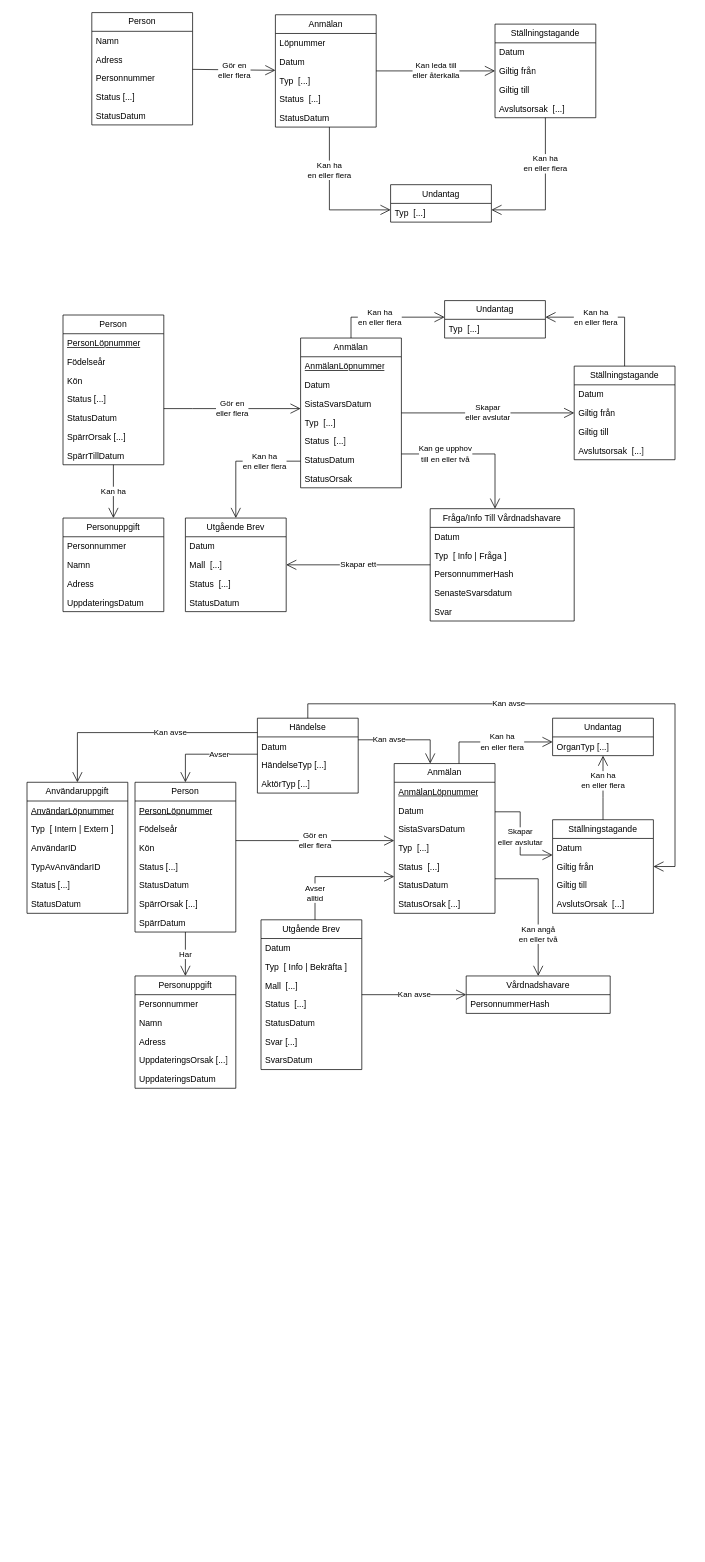
This is page "Konceptuella modeller" (7 of 9) of Donationsregister.drawio from bhagqvist-consid/ICD11, a draw.io file, before an edit. Source tidied: cells renumbered, new cells numbered last; positions are measured from the earlier drawing's top-left corner, leaving out a move shared by most shapes. Both pictures are drawn from the tidied source at 72%, with x=0, y=0 at pixel (27, 12).
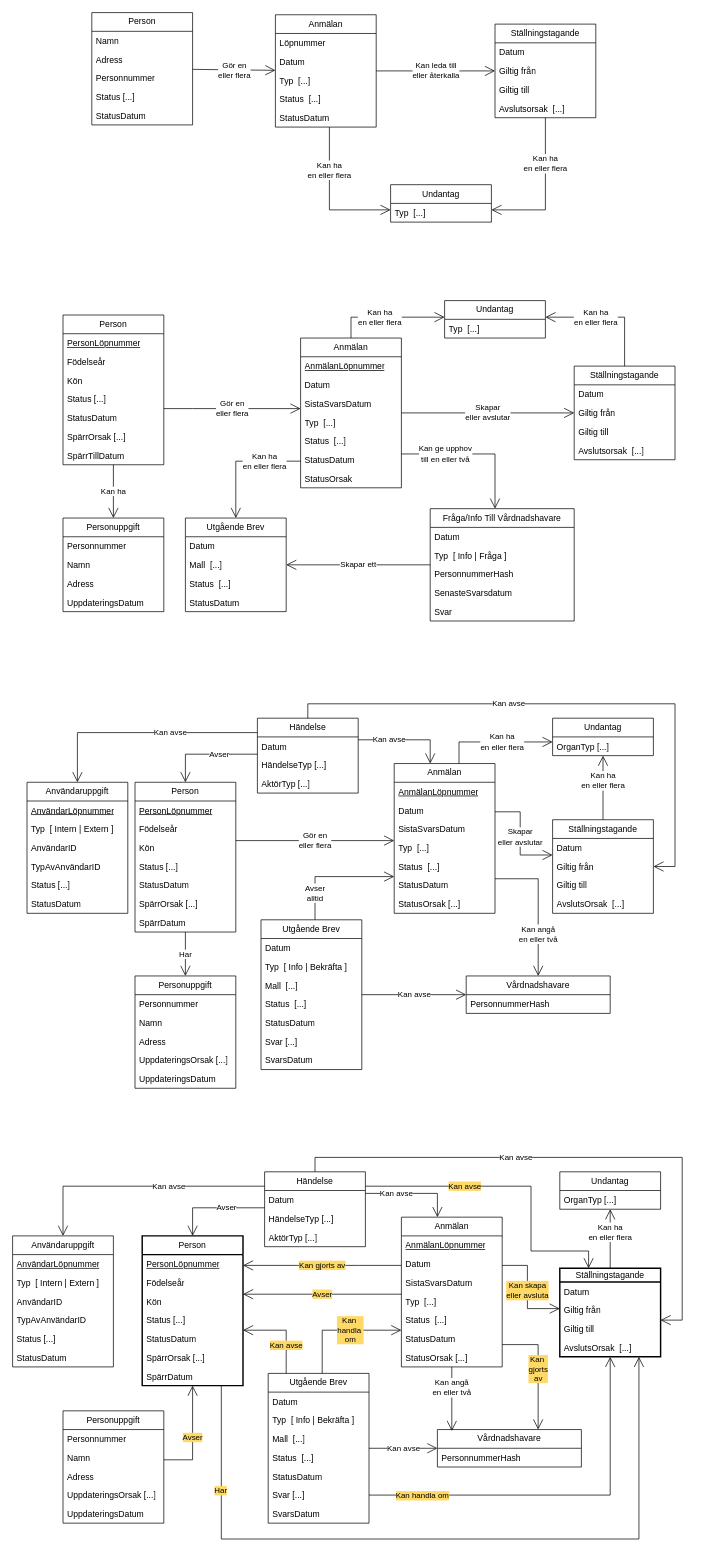
The same page after the edit.

What changed in the source:
```diff
@@
+    <mxCell id="134" value="Person" style="swimlane;fontStyle=0;horizontal=1;startSize=26;fillColor=none;whiteSpace=wrap;html=1;strokeWidth=2;" parent="1" vertex="1">
+      <mxGeometry x="160" y="1699" width="140" height="208" as="geometry" />
+    </mxCell>
+    <mxCell id="135" value="PersonLöpnummer" style="text;strokeColor=none;fillColor=none;align=left;verticalAlign=top;spacingLeft=4;spacingRight=4;overflow=hidden;whiteSpace=wrap;html=1;fontStyle=4;" parent="134" vertex="1">
+      <mxGeometry y="26" width="140" height="26" as="geometry" />
+    </mxCell>
+    <mxCell id="136" value="Födelseår" style="text;strokeColor=none;fillColor=none;align=left;verticalAlign=top;spacingLeft=4;spacingRight=4;overflow=hidden;whiteSpace=wrap;html=1;" parent="134" vertex="1">
+      <mxGeometry y="52" width="140" height="26" as="geometry" />
+    </mxCell>
+    <mxCell id="137" value="Kön" style="text;strokeColor=none;fillColor=none;align=left;verticalAlign=top;spacingLeft=4;spacingRight=4;overflow=hidden;whiteSpace=wrap;html=1;" parent="134" vertex="1">
+      <mxGeometry y="78" width="140" height="26" as="geometry" />
+    </mxCell>
+    <mxCell id="138" value="Status [...]" style="text;strokeColor=none;fillColor=none;align=left;verticalAlign=top;spacingLeft=4;spacingRight=4;overflow=hidden;whiteSpace=wrap;html=1;" parent="134" vertex="1">
+      <mxGeometry y="104" width="140" height="26" as="geometry" />
+    </mxCell>
+    <mxCell id="139" value="StatusDatum" style="text;strokeColor=none;fillColor=none;align=left;verticalAlign=top;spacingLeft=4;spacingRight=4;overflow=hidden;whiteSpace=wrap;html=1;" parent="134" vertex="1">
+      <mxGeometry y="130" width="140" height="26" as="geometry" />
+    </mxCell>
+    <mxCell id="140" value="SpärrOrsak [...]" style="text;strokeColor=none;fillColor=none;align=left;verticalAlign=top;spacingLeft=4;spacingRight=4;overflow=hidden;whiteSpace=wrap;html=1;" parent="134" vertex="1">
+      <mxGeometry y="156" width="140" height="26" as="geometry" />
+    </mxCell>
+    <mxCell id="141" value="SpärrDatum" style="text;strokeColor=none;fillColor=none;align=left;verticalAlign=top;spacingLeft=4;spacingRight=4;overflow=hidden;whiteSpace=wrap;html=1;" parent="134" vertex="1">
+      <mxGeometry y="182" width="140" height="26" as="geometry" />
+    </mxCell>
+    <mxCell id="142" value="Anmälan" style="swimlane;fontStyle=0;horizontal=1;startSize=26;fillColor=none;whiteSpace=wrap;html=1;" parent="1" vertex="1">
+      <mxGeometry x="520" y="1673" width="140" height="208" as="geometry" />
+    </mxCell>
+    <mxCell id="143" value="&lt;u&gt;AnmälanLöpnummer&lt;/u&gt;" style="text;strokeColor=none;fillColor=none;align=left;verticalAlign=top;spacingLeft=4;spacingRight=4;overflow=hidden;whiteSpace=wrap;html=1;" parent="142" vertex="1">
+      <mxGeometry y="26" width="140" height="26" as="geometry" />
+    </mxCell>
+    <mxCell id="144" value="Datum" style="text;strokeColor=none;fillColor=none;align=left;verticalAlign=top;spacingLeft=4;spacingRight=4;overflow=hidden;whiteSpace=wrap;html=1;" parent="142" vertex="1">
+      <mxGeometry y="52" width="140" height="26" as="geometry" />
+    </mxCell>
+    <mxCell id="145" value="SistaSvarsDatum" style="text;strokeColor=none;fillColor=none;align=left;verticalAlign=top;spacingLeft=4;spacingRight=4;overflow=hidden;whiteSpace=wrap;html=1;" parent="142" vertex="1">
+      <mxGeometry y="78" width="140" height="26" as="geometry" />
+    </mxCell>
+    <mxCell id="146" value="Typ&amp;nbsp;&amp;nbsp;[...]" style="text;strokeColor=none;fillColor=none;align=left;verticalAlign=top;spacingLeft=4;spacingRight=4;overflow=hidden;whiteSpace=wrap;html=1;" parent="142" vertex="1">
+      <mxGeometry y="104" width="140" height="26" as="geometry" />
+    </mxCell>
+    <mxCell id="147" value="Status&amp;nbsp;&amp;nbsp;[...]" style="text;strokeColor=none;fillColor=none;align=left;verticalAlign=top;spacingLeft=4;spacingRight=4;overflow=hidden;whiteSpace=wrap;html=1;" parent="142" vertex="1">
+      <mxGeometry y="130" width="140" height="26" as="geometry" />
+    </mxCell>
+    <mxCell id="148" value="StatusDatum" style="text;strokeColor=none;fillColor=none;align=left;verticalAlign=top;spacingLeft=4;spacingRight=4;overflow=hidden;whiteSpace=wrap;html=1;" parent="142" vertex="1">
+      <mxGeometry y="156" width="140" height="26" as="geometry" />
+    </mxCell>
+    <mxCell id="149" value="StatusOrsak [...]" style="text;strokeColor=none;fillColor=none;align=left;verticalAlign=top;spacingLeft=4;spacingRight=4;overflow=hidden;whiteSpace=wrap;html=1;" parent="142" vertex="1">
+      <mxGeometry y="182" width="140" height="26" as="geometry" />
+    </mxCell>
+    <mxCell id="150" value="Ställningstagande" style="swimlane;fontStyle=0;horizontal=1;startSize=19;fillColor=none;whiteSpace=wrap;html=1;strokeWidth=2;" parent="1" vertex="1">
+      <mxGeometry x="740" y="1744" width="140" height="123" as="geometry" />
+    </mxCell>
+    <mxCell id="151" value="Datum" style="text;strokeColor=none;fillColor=none;align=left;verticalAlign=top;spacingLeft=4;spacingRight=4;overflow=hidden;whiteSpace=wrap;html=1;" parent="150" vertex="1">
+      <mxGeometry y="19" width="140" height="26" as="geometry" />
+    </mxCell>
+    <mxCell id="152" value="Giltig från" style="text;strokeColor=none;fillColor=none;align=left;verticalAlign=top;spacingLeft=4;spacingRight=4;overflow=hidden;whiteSpace=wrap;html=1;" parent="150" vertex="1">
+      <mxGeometry y="45" width="140" height="26" as="geometry" />
+    </mxCell>
+    <mxCell id="153" value="Giltig till" style="text;strokeColor=none;fillColor=none;align=left;verticalAlign=top;spacingLeft=4;spacingRight=4;overflow=hidden;whiteSpace=wrap;html=1;" parent="150" vertex="1">
+      <mxGeometry y="71" width="140" height="26" as="geometry" />
+    </mxCell>
+    <mxCell id="154" value="AvslutsOrsak&amp;nbsp;&amp;nbsp;[...]" style="text;strokeColor=none;fillColor=none;align=left;verticalAlign=top;spacingLeft=4;spacingRight=4;overflow=hidden;whiteSpace=wrap;html=1;" parent="150" vertex="1">
+      <mxGeometry y="97" width="140" height="26" as="geometry" />
+    </mxCell>
+    <mxCell id="155" value="Avser" style="endArrow=none;endFill=0;endSize=12;html=1;rounded=0;edgeStyle=orthogonalEdgeStyle;startArrow=open;startFill=1;startSize=12;labelBackgroundColor=#FFD966;" parent="1" edge="1" source="134" target="142">
+      <mxGeometry relative="1" as="geometry">
+        <Array as="points">
+          <mxPoint x="460" y="1780" />
+          <mxPoint x="460" y="1780" />
+        </Array>
+      </mxGeometry>
+    </mxCell>
+    <mxCell id="156" value="Kan skapa&lt;div&gt;eller avsluta&lt;/div&gt;" style="endArrow=open;endFill=1;endSize=12;html=1;rounded=0;edgeStyle=orthogonalEdgeStyle;labelBackgroundColor=#FFD966;" parent="1" edge="1" source="142" target="150">
+      <mxGeometry relative="1" as="geometry">
+        <Array as="points">
+          <mxPoint x="695" y="1740" />
+          <mxPoint x="695" y="1800" />
+        </Array>
+      </mxGeometry>
+    </mxCell>
+    <mxCell id="157" value="Undantag" style="swimlane;fontStyle=0;horizontal=1;startSize=26;fillColor=none;whiteSpace=wrap;html=1;" parent="1" vertex="1">
+      <mxGeometry x="740" y="1610" width="140" height="52" as="geometry" />
+    </mxCell>
+    <mxCell id="158" value="OrganTyp [...]" style="text;strokeColor=none;fillColor=none;align=left;verticalAlign=top;spacingLeft=4;spacingRight=4;overflow=hidden;whiteSpace=wrap;html=1;" parent="157" vertex="1">
+      <mxGeometry y="26" width="140" height="26" as="geometry" />
+    </mxCell>
+    <mxCell id="159" value="Kan ha&lt;div&gt;en eller flera&lt;/div&gt;" style="endArrow=open;endFill=1;endSize=12;html=1;rounded=0;edgeStyle=orthogonalEdgeStyle;" parent="1" edge="1" source="150" target="157">
+      <mxGeometry x="0.21" relative="1" as="geometry">
+        <Array as="points">
+          <mxPoint x="810" y="1720" />
+          <mxPoint x="810" y="1720" />
+        </Array>
+      </mxGeometry>
+    </mxCell>
+    <mxCell id="160" value="Personuppgift" style="swimlane;fontStyle=0;horizontal=1;startSize=26;fillColor=none;whiteSpace=wrap;html=1;" parent="1" vertex="1">
+      <mxGeometry x="50" y="1942" width="140" height="156" as="geometry" />
+    </mxCell>
+    <mxCell id="161" value="Personnummer" style="text;strokeColor=none;fillColor=none;align=left;verticalAlign=top;spacingLeft=4;spacingRight=4;overflow=hidden;whiteSpace=wrap;html=1;" parent="160" vertex="1">
+      <mxGeometry y="26" width="140" height="26" as="geometry" />
+    </mxCell>
+    <mxCell id="162" value="Namn" style="text;strokeColor=none;fillColor=none;align=left;verticalAlign=top;spacingLeft=4;spacingRight=4;overflow=hidden;whiteSpace=wrap;html=1;" parent="160" vertex="1">
+      <mxGeometry y="52" width="140" height="26" as="geometry" />
+    </mxCell>
+    <mxCell id="163" value="Adress" style="text;strokeColor=none;fillColor=none;align=left;verticalAlign=top;spacingLeft=4;spacingRight=4;overflow=hidden;whiteSpace=wrap;html=1;" parent="160" vertex="1">
+      <mxGeometry y="78" width="140" height="26" as="geometry" />
+    </mxCell>
+    <mxCell id="164" value="UppdateringsOrsak [...]" style="text;strokeColor=none;fillColor=none;align=left;verticalAlign=top;spacingLeft=4;spacingRight=4;overflow=hidden;whiteSpace=wrap;html=1;" parent="160" vertex="1">
+      <mxGeometry y="104" width="140" height="26" as="geometry" />
+    </mxCell>
+    <mxCell id="165" value="UppdateringsDatum" style="text;strokeColor=none;fillColor=none;align=left;verticalAlign=top;spacingLeft=4;spacingRight=4;overflow=hidden;whiteSpace=wrap;html=1;" parent="160" vertex="1">
+      <mxGeometry y="130" width="140" height="26" as="geometry" />
+    </mxCell>
+    <mxCell id="166" value="Avser" style="endArrow=none;endFill=0;endSize=12;html=1;rounded=0;edgeStyle=orthogonalEdgeStyle;startArrow=open;startFill=1;startSize=12;labelBackgroundColor=#FFD966;" parent="1" edge="1" source="134" target="160">
+      <mxGeometry relative="1" as="geometry">
+        <Array as="points">
+          <mxPoint x="229.9" y="2010" />
+        </Array>
+      </mxGeometry>
+    </mxCell>
+    <mxCell id="167" value="Utgående&amp;nbsp;&lt;span style=&quot;background-color: transparent; color: light-dark(rgb(0, 0, 0), rgb(255, 255, 255));&quot;&gt;Brev&lt;/span&gt;" style="swimlane;fontStyle=0;horizontal=1;startSize=26;fillColor=none;whiteSpace=wrap;html=1;" parent="1" vertex="1">
+      <mxGeometry x="335" y="1890" width="140" height="208" as="geometry" />
+    </mxCell>
+    <mxCell id="168" value="Datum" style="text;strokeColor=none;fillColor=none;align=left;verticalAlign=top;spacingLeft=4;spacingRight=4;overflow=hidden;whiteSpace=wrap;html=1;" parent="167" vertex="1">
+      <mxGeometry y="26" width="140" height="26" as="geometry" />
+    </mxCell>
+    <mxCell id="169" value="Typ&amp;nbsp;&amp;nbsp;[ Info | Bekräfta ]" style="text;strokeColor=none;fillColor=none;align=left;verticalAlign=top;spacingLeft=4;spacingRight=4;overflow=hidden;whiteSpace=wrap;html=1;" parent="167" vertex="1">
+      <mxGeometry y="52" width="140" height="26" as="geometry" />
+    </mxCell>
+    <mxCell id="170" value="Mall&amp;nbsp; [...]" style="text;strokeColor=none;fillColor=none;align=left;verticalAlign=top;spacingLeft=4;spacingRight=4;overflow=hidden;whiteSpace=wrap;html=1;" parent="167" vertex="1">
+      <mxGeometry y="78" width="140" height="26" as="geometry" />
+    </mxCell>
+    <mxCell id="171" value="Status&amp;nbsp;&amp;nbsp;[...]" style="text;strokeColor=none;fillColor=none;align=left;verticalAlign=top;spacingLeft=4;spacingRight=4;overflow=hidden;whiteSpace=wrap;html=1;" parent="167" vertex="1">
+      <mxGeometry y="104" width="140" height="26" as="geometry" />
+    </mxCell>
+    <mxCell id="172" value="StatusDatum" style="text;strokeColor=none;fillColor=none;align=left;verticalAlign=top;spacingLeft=4;spacingRight=4;overflow=hidden;whiteSpace=wrap;html=1;" parent="167" vertex="1">
+      <mxGeometry y="130" width="140" height="26" as="geometry" />
+    </mxCell>
+    <mxCell id="173" value="Svar [...]" style="text;strokeColor=none;fillColor=none;align=left;verticalAlign=top;spacingLeft=4;spacingRight=4;overflow=hidden;points=[[0,0.5],[1,0.5]];portConstraint=eastwest;whiteSpace=wrap;html=1;" parent="167" vertex="1">
+      <mxGeometry y="156" width="140" height="26" as="geometry" />
+    </mxCell>
+    <mxCell id="174" value="SvarsDatum" style="text;strokeColor=none;fillColor=none;align=left;verticalAlign=top;spacingLeft=4;spacingRight=4;overflow=hidden;whiteSpace=wrap;html=1;" parent="167" vertex="1">
+      <mxGeometry y="182" width="140" height="26" as="geometry" />
+    </mxCell>
+    <mxCell id="175" value="Kan&amp;nbsp;&lt;div&gt;gjorts&lt;/div&gt;&lt;div&gt;av&lt;/div&gt;" style="edgeStyle=orthogonalEdgeStyle;rounded=0;jettySize=auto;html=1;labelBackgroundColor=#FFD966;startArrow=open;startFill=0;endArrow=none;endFill=0;strokeColor=#000000;align=center;verticalAlign=middle;fontFamily=Helvetica;fontSize=11;fontColor=default;startSize=12;endSize=12;fillColor=#0050ef;" parent="1" edge="1" source="176" target="142">
+      <mxGeometry relative="1" as="geometry">
+        <Array as="points">
+          <mxPoint x="709.9" y="1850" />
+        </Array>
+      </mxGeometry>
+    </mxCell>
+    <mxCell id="176" value="Vårdnadshavare" style="swimlane;fontStyle=0;horizontal=1;startSize=26;fillColor=none;whiteSpace=wrap;html=1;" parent="1" vertex="1">
+      <mxGeometry x="570" y="1968" width="200" height="52" as="geometry" />
+    </mxCell>
+    <mxCell id="177" value="PersonnummerHash" style="text;strokeColor=none;fillColor=none;align=left;verticalAlign=top;spacingLeft=4;spacingRight=4;overflow=hidden;whiteSpace=wrap;html=1;" parent="176" vertex="1">
+      <mxGeometry y="26" width="200" height="26" as="geometry" />
+    </mxCell>
+    <mxCell id="178" value="Kan angå&lt;div&gt;&lt;span style=&quot;color: light-dark(rgb(0, 0, 0), rgb(255, 255, 255));&quot;&gt;en eller två&lt;/span&gt;&lt;/div&gt;" style="endArrow=open;endFill=1;endSize=12;html=1;rounded=0;edgeStyle=orthogonalEdgeStyle;entryX=0.1;entryY=0.038;entryDx=0;entryDy=0;entryPerimeter=0;labelBackgroundColor=#FFFFFF;" parent="1" edge="1" source="142" target="176">
+      <mxGeometry x="-0.35" relative="1" as="geometry" />
+    </mxCell>
+    <mxCell id="179" value="Kan avse" style="endArrow=open;endFill=1;endSize=12;html=1;rounded=0;" parent="1" edge="1" source="167" target="176">
+      <mxGeometry relative="1" as="geometry" />
+    </mxCell>
+    <mxCell id="180" value="Kan&amp;nbsp;&lt;div&gt;handla&amp;nbsp;&lt;div&gt;om&lt;/div&gt;&lt;/div&gt;" style="endArrow=none;endFill=0;endSize=12;html=1;rounded=0;edgeStyle=orthogonalEdgeStyle;startArrow=open;startFill=1;startSize=12;labelBackgroundColor=#FFD966;" parent="1" edge="1" source="142" target="167">
+      <mxGeometry x="-0.18" relative="1" as="geometry">
+        <Array as="points">
+          <mxPoint x="410" y="1830" />
+        </Array>
+        <mxPoint x="-1" as="offset" />
+      </mxGeometry>
+    </mxCell>
+    <mxCell id="181" value="Händelse" style="swimlane;fontStyle=0;horizontal=1;startSize=26;fillColor=none;whiteSpace=wrap;html=1;" parent="1" vertex="1">
+      <mxGeometry x="330" y="1610" width="140" height="104" as="geometry" />
+    </mxCell>
+    <mxCell id="182" value="Datum" style="text;strokeColor=none;fillColor=none;align=left;verticalAlign=top;spacingLeft=4;spacingRight=4;overflow=hidden;whiteSpace=wrap;html=1;" parent="181" vertex="1">
+      <mxGeometry y="26" width="140" height="26" as="geometry" />
+    </mxCell>
+    <mxCell id="183" value="HändelseTyp [...]" style="text;strokeColor=none;fillColor=none;align=left;verticalAlign=top;spacingLeft=4;spacingRight=4;overflow=hidden;whiteSpace=wrap;html=1;" parent="181" vertex="1">
+      <mxGeometry y="52" width="140" height="26" as="geometry" />
+    </mxCell>
+    <mxCell id="184" value="AktörTyp [...]" style="text;strokeColor=none;fillColor=none;align=left;verticalAlign=top;spacingLeft=4;spacingRight=4;overflow=hidden;whiteSpace=wrap;html=1;" parent="181" vertex="1">
+      <mxGeometry y="78" width="140" height="26" as="geometry" />
+    </mxCell>
+    <mxCell id="185" value="Avser" style="endArrow=open;endFill=1;endSize=12;html=1;rounded=0;edgeStyle=orthogonalEdgeStyle;" parent="1" edge="1" source="181" target="134">
+      <mxGeometry x="-0.24" relative="1" as="geometry">
+        <Array as="points">
+          <mxPoint x="230" y="1660" />
+        </Array>
+      </mxGeometry>
+    </mxCell>
+    <mxCell id="186" value="Kan avse" style="endArrow=open;endFill=1;endSize=12;html=1;rounded=0;edgeStyle=orthogonalEdgeStyle;" parent="1" edge="1" source="181" target="142">
+      <mxGeometry x="-0.35" relative="1" as="geometry">
+        <Array as="points">
+          <mxPoint x="570" y="1640" />
+        </Array>
+      </mxGeometry>
+    </mxCell>
+    <mxCell id="187" value="Användaruppgift" style="swimlane;fontStyle=0;horizontal=1;startSize=26;fillColor=none;whiteSpace=wrap;html=1;" parent="1" vertex="1">
+      <mxGeometry x="-20" y="1699" width="140" height="182" as="geometry" />
+    </mxCell>
+    <mxCell id="188" value="AnvändarLöpnummer" style="text;strokeColor=none;fillColor=none;align=left;verticalAlign=top;spacingLeft=4;spacingRight=4;overflow=hidden;whiteSpace=wrap;html=1;fontStyle=4;" parent="187" vertex="1">
+      <mxGeometry y="26" width="140" height="26" as="geometry" />
+    </mxCell>
+    <mxCell id="189" value="Typ&amp;nbsp;&amp;nbsp;[ Intern | Extern ]" style="text;strokeColor=none;fillColor=none;align=left;verticalAlign=top;spacingLeft=4;spacingRight=4;overflow=hidden;whiteSpace=wrap;html=1;" parent="187" vertex="1">
+      <mxGeometry y="52" width="140" height="26" as="geometry" />
+    </mxCell>
+    <mxCell id="190" value="AnvändarID" style="text;strokeColor=none;fillColor=none;align=left;verticalAlign=top;spacingLeft=4;spacingRight=4;overflow=hidden;whiteSpace=wrap;html=1;" parent="187" vertex="1">
+      <mxGeometry y="78" width="140" height="26" as="geometry" />
+    </mxCell>
+    <mxCell id="191" value="TypAvAnvändarID" style="text;strokeColor=none;fillColor=none;align=left;verticalAlign=top;spacingLeft=4;spacingRight=4;overflow=hidden;whiteSpace=wrap;html=1;" parent="187" vertex="1">
+      <mxGeometry y="104" width="140" height="26" as="geometry" />
+    </mxCell>
+    <mxCell id="192" value="Status [...]" style="text;strokeColor=none;fillColor=none;align=left;verticalAlign=top;spacingLeft=4;spacingRight=4;overflow=hidden;whiteSpace=wrap;html=1;" parent="187" vertex="1">
+      <mxGeometry y="130" width="140" height="26" as="geometry" />
+    </mxCell>
+    <mxCell id="193" value="StatusDatum" style="text;strokeColor=none;fillColor=none;align=left;verticalAlign=top;spacingLeft=4;spacingRight=4;overflow=hidden;whiteSpace=wrap;html=1;" parent="187" vertex="1">
+      <mxGeometry y="156" width="140" height="26" as="geometry" />
+    </mxCell>
+    <mxCell id="194" value="Kan avse" style="endArrow=open;endFill=1;endSize=12;html=1;rounded=0;edgeStyle=orthogonalEdgeStyle;entryX=0.5;entryY=0;entryDx=0;entryDy=0;" parent="1" edge="1" source="181" target="187">
+      <mxGeometry x="-0.24" relative="1" as="geometry">
+        <Array as="points">
+          <mxPoint x="50" y="1630" />
+        </Array>
+      </mxGeometry>
+    </mxCell>
+    <mxCell id="195" value="Kan avse" style="endArrow=open;endFill=1;endSize=12;html=1;rounded=0;edgeStyle=orthogonalEdgeStyle;" parent="1" edge="1" source="181" target="150">
+      <mxGeometry x="-0.24" relative="1" as="geometry">
+        <Array as="points">
+          <mxPoint x="400" y="1590" />
+          <mxPoint x="910" y="1590" />
+          <mxPoint x="910" y="1816" />
+        </Array>
+      </mxGeometry>
+    </mxCell>
+    <mxCell id="196" value="Kan avse" style="endArrow=open;endFill=1;endSize=12;html=1;rounded=0;edgeStyle=orthogonalEdgeStyle;labelBackgroundColor=#FFD966;" parent="1" edge="1" source="167" target="134">
+      <mxGeometry x="-0.35" relative="1" as="geometry">
+        <Array as="points">
+          <mxPoint x="360" y="1830" />
+        </Array>
+      </mxGeometry>
+    </mxCell>
+    <mxCell id="197" value="Kan handla om" style="endArrow=none;endFill=0;endSize=12;html=1;rounded=0;edgeStyle=orthogonalEdgeStyle;entryX=1;entryY=0.5;entryDx=0;entryDy=0;startArrow=open;startFill=1;startSize=12;labelBackgroundColor=#FFD966;" parent="1" edge="1" source="150" target="173">
+      <mxGeometry x="0.72" y="1" relative="1" as="geometry">
+        <Array as="points">
+          <mxPoint x="810" y="2059.1" />
+        </Array>
+      </mxGeometry>
+    </mxCell>
+    <mxCell id="198" value="Kan avse" style="endArrow=open;endFill=1;endSize=12;html=1;rounded=0;edgeStyle=orthogonalEdgeStyle;labelBackgroundColor=#FFD966;" parent="1" edge="1" source="181" target="150">
+      <mxGeometry x="-0.35" relative="1" as="geometry">
+        <Array as="points">
+          <mxPoint x="700" y="1630" />
+          <mxPoint x="700" y="1720" />
+          <mxPoint x="780" y="1720" />
+        </Array>
+      </mxGeometry>
+    </mxCell>
+    <mxCell id="199" value="Har" style="endArrow=none;endFill=0;endSize=12;html=1;rounded=0;edgeStyle=orthogonalEdgeStyle;startArrow=open;startFill=1;startSize=12;labelBackgroundColor=#FFD966;" parent="1" edge="1" source="150" target="134">
+      <mxGeometry x="0.72" y="1" relative="1" as="geometry">
+        <Array as="points">
+          <mxPoint x="849.9" y="2120" />
+          <mxPoint x="269.9" y="2120" />
+        </Array>
+      </mxGeometry>
+    </mxCell>
+    <mxCell id="200" value="Kan gjorts av" style="edgeStyle=orthogonalEdgeStyle;rounded=0;jettySize=auto;html=1;fillColor=#0050ef;strokeColor=#000000;labelBackgroundColor=#FFD966;startArrow=open;startFill=0;endArrow=none;endFill=0;startSize=12;endSize=12;" parent="1" edge="1" source="134" target="142">
+      <mxGeometry relative="1" as="geometry">
+        <Array as="points">
+          <mxPoint x="460" y="1740" />
+          <mxPoint x="460" y="1740" />
+        </Array>
+      </mxGeometry>
+    </mxCell>
```
